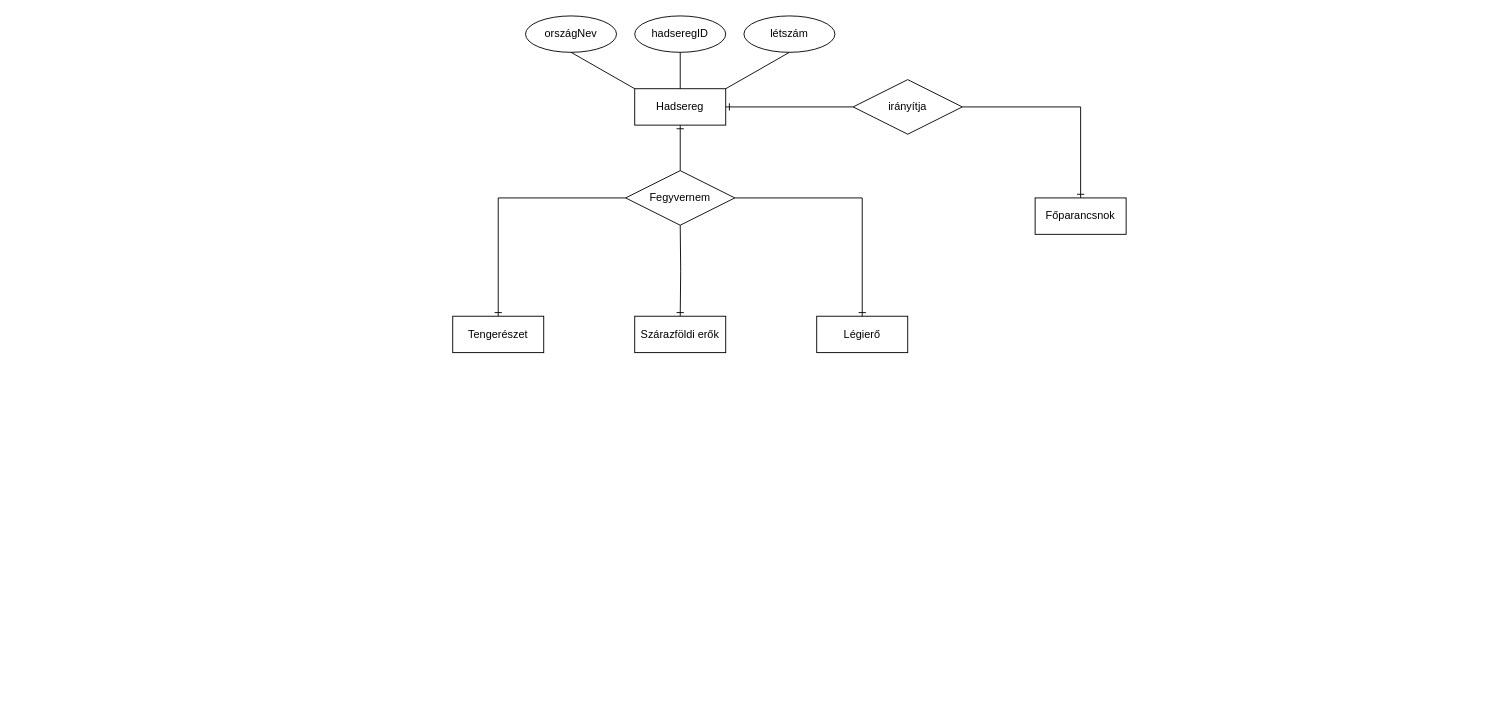
Before: DBSemTaskHEPMIU/ERhepmiu.drawio in urbanoliver/HEPMIU_DB1Gyak, a draw.io diagram. Source tidied: cells renumbered, new cells numbered last; positions are measured from the earlier drawing's top-left corner, leaving out a move shared by most shapes. Both pictures are drawn from the tidied source at 91%, with x=0, y=0 at pixel (452, 15).
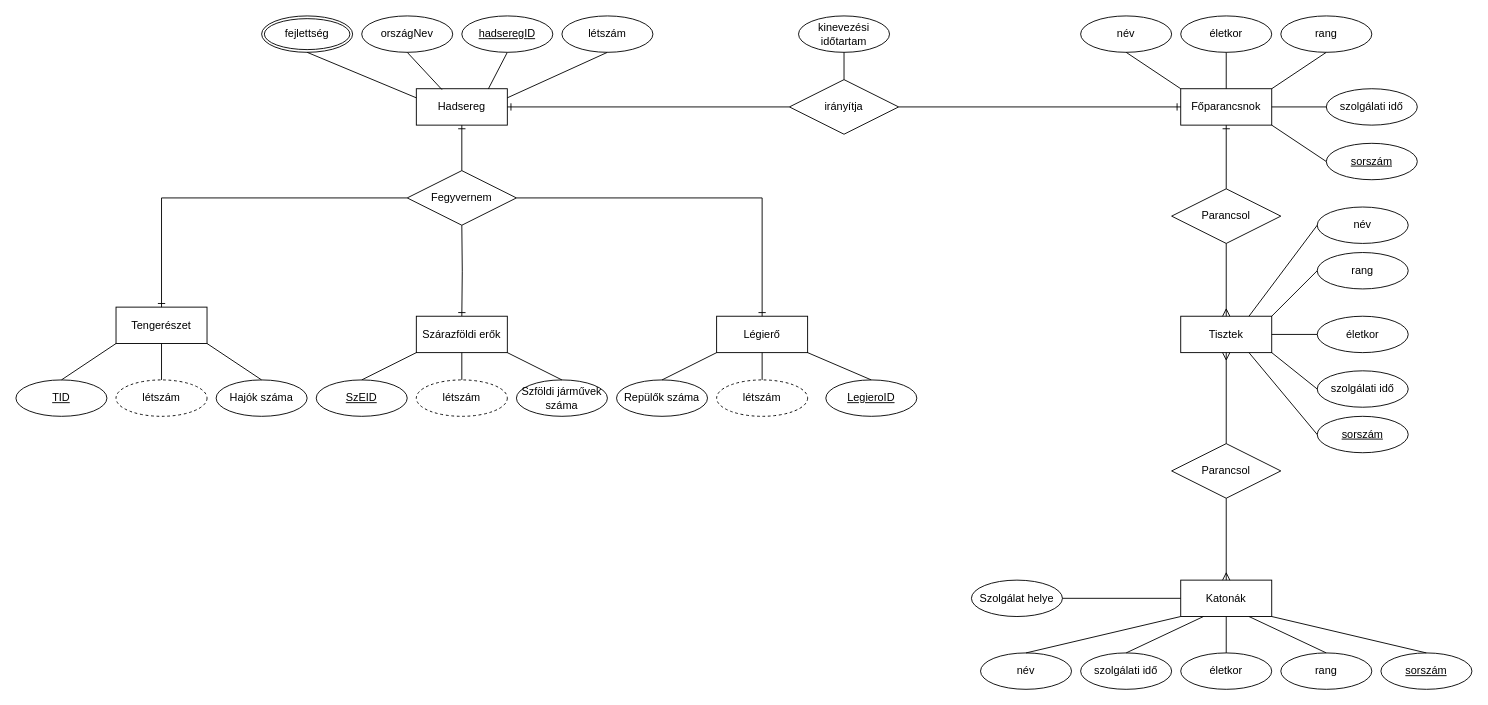
Above is the later version.

The edit, as a diff of the source:
```diff
@@
     <mxCell id="2" value="Hadsereg" style="whiteSpace=wrap;html=1;align=center;" parent="1" vertex="1">
-      <mxGeometry x="200" y="80" width="100" height="40" as="geometry" />
+      <mxGeometry x="-40" y="80" width="100" height="40" as="geometry" />
     </mxCell>
     <mxCell id="3" value="országNev" style="ellipse;whiteSpace=wrap;html=1;align=center;" parent="1" vertex="1">
-      <mxGeometry x="80" width="100" height="40" as="geometry" />
+      <mxGeometry x="-100" width="100" height="40" as="geometry" />
     </mxCell>
-    <mxCell id="4" value="hadseregID" style="ellipse;whiteSpace=wrap;html=1;align=center;" parent="1" vertex="1">
-      <mxGeometry x="200" width="100" height="40" as="geometry" />
-    </mxCell>
     <mxCell id="5" value="létszám" style="ellipse;whiteSpace=wrap;html=1;align=center;" parent="1" vertex="1">
-      <mxGeometry x="320" width="100" height="40" as="geometry" />
+      <mxGeometry x="120" width="100" height="40" as="geometry" />
     </mxCell>
     <mxCell id="6" style="fontSize=12;html=1;endArrow=ERone;endFill=1;rounded=0;entryX=0.5;entryY=0;entryDx=0;entryDy=0;edgeStyle=orthogonalEdgeStyle;" parent="1" edge="1" target="7">
       <mxGeometry relative="1" as="geometry">
-        <mxPoint x="250" y="230" as="sourcePoint" />
+        <mxPoint x="10" y="230" as="sourcePoint" />
       </mxGeometry>
     </mxCell>
     <mxCell id="7" value="Szárazföldi erők" style="whiteSpace=wrap;html=1;align=center;" parent="1" vertex="1">
-      <mxGeometry x="200" y="330" width="100" height="40" as="geometry" />
+      <mxGeometry x="-40" y="330" width="100" height="40" as="geometry" />
     </mxCell>
     <mxCell id="8" value="Légierő" style="whiteSpace=wrap;html=1;align=center;" parent="1" vertex="1">
-      <mxGeometry x="400" y="330" width="100" height="40" as="geometry" />
+      <mxGeometry x="290" y="330" width="100" height="40" as="geometry" />
     </mxCell>
@@
     <mxCell id="10" value="Tengerészet" style="whiteSpace=wrap;html=1;align=center;" parent="1" vertex="1">
-      <mxGeometry y="330" width="100" height="40" as="geometry" />
+      <mxGeometry x="-370" y="320" width="100" height="40" as="geometry" />
     </mxCell>
@@
-    <mxCell id="12" style="endArrow=none;html=1;rounded=0;exitX=0.5;exitY=1;exitDx=0;exitDy=0;entryX=0;entryY=0;entryDx=0;entryDy=0;" parent="1" edge="1" source="3" target="2">
+    <mxCell id="12" style="endArrow=none;html=1;rounded=0;exitX=0.5;exitY=1;exitDx=0;exitDy=0;entryX=0.282;entryY=0.026;entryDx=0;entryDy=0;entryPerimeter=0;" parent="1" edge="1" source="3" target="2">
       <mxGeometry relative="1" as="geometry" />
     </mxCell>
-    <mxCell id="13" style="endArrow=none;html=1;rounded=0;exitX=0.5;exitY=1;exitDx=0;exitDy=0;entryX=0.5;entryY=0;entryDx=0;entryDy=0;" parent="1" edge="1" source="4" target="2">
+    <mxCell id="13" style="endArrow=none;html=1;rounded=0;exitX=0.5;exitY=1;exitDx=0;exitDy=0;entryX=0.792;entryY=0.002;entryDx=0;entryDy=0;entryPerimeter=0;" parent="1" edge="1" source="4" target="2">
       <mxGeometry relative="1" as="geometry" />
     </mxCell>
-    <mxCell id="14" style="endArrow=none;html=1;rounded=0;entryX=0.5;entryY=1;entryDx=0;entryDy=0;exitX=1;exitY=0;exitDx=0;exitDy=0;" parent="1" edge="1" source="2" target="5">
+    <mxCell id="14" style="endArrow=none;html=1;rounded=0;entryX=0.5;entryY=1;entryDx=0;entryDy=0;exitX=1;exitY=0.25;exitDx=0;exitDy=0;" parent="1" edge="1" source="2" target="5">
       <mxGeometry relative="1" as="geometry" />
     </mxCell>
     <mxCell id="15" value="Fegyvernem" style="shape=rhombus;perimeter=rhombusPerimeter;whiteSpace=wrap;html=1;align=center;" parent="1" vertex="1">
-      <mxGeometry x="190" y="170" width="120" height="60" as="geometry" />
+      <mxGeometry x="-50" y="170" width="120" height="60" as="geometry" />
     </mxCell>
@@
     <mxCell id="17" value="Főparancsnok" style="whiteSpace=wrap;html=1;align=center;" parent="1" vertex="1">
-      <mxGeometry x="640" y="200" width="100" height="40" as="geometry" />
+      <mxGeometry x="800" y="80" width="100" height="40" as="geometry" />
     </mxCell>
     <mxCell id="18" value="irányítja" style="shape=rhombus;perimeter=rhombusPerimeter;whiteSpace=wrap;html=1;align=center;" parent="1" vertex="1">
-      <mxGeometry x="440" y="70" width="120" height="60" as="geometry" />
+      <mxGeometry x="370" y="70" width="120" height="60" as="geometry" />
     </mxCell>
@@
-    <mxCell id="20" style="edgeStyle=orthogonalEdgeStyle;fontSize=12;html=1;endArrow=ERone;endFill=1;rounded=0;exitX=1;exitY=0.5;exitDx=0;exitDy=0;entryX=0.5;entryY=0;entryDx=0;entryDy=0;" parent="1" edge="1" source="18" target="17">
+    <mxCell id="20" style="edgeStyle=orthogonalEdgeStyle;fontSize=12;html=1;endArrow=ERone;endFill=1;rounded=0;exitX=1;exitY=0.5;exitDx=0;exitDy=0;entryX=0;entryY=0.5;entryDx=0;entryDy=0;" parent="1" edge="1" source="18" target="17">
       <mxGeometry relative="1" as="geometry" />
     </mxCell>
+    <mxCell id="21" value="kinevezési időtartam" style="ellipse;whiteSpace=wrap;html=1;align=center;" parent="1" vertex="1">
+      <mxGeometry x="380" width="100" height="40" as="geometry" />
+    </mxCell>
+    <mxCell id="4" value="hadseregID" style="ellipse;whiteSpace=wrap;html=1;align=center;fontStyle=4;" parent="1" vertex="1">
+      <mxGeometry x="10" width="100" height="40" as="geometry" />
+    </mxCell>
+    <mxCell id="22" style="endArrow=none;html=1;rounded=0;entryX=0.5;entryY=0;entryDx=0;entryDy=0;exitX=0.5;exitY=1;exitDx=0;exitDy=0;" parent="1" edge="1" source="21" target="18">
+      <mxGeometry relative="1" as="geometry" />
+    </mxCell>
+    <mxCell id="23" value="név" style="ellipse;whiteSpace=wrap;html=1;align=center;" parent="1" vertex="1">
+      <mxGeometry x="690" width="100" height="40" as="geometry" />
+    </mxCell>
+    <mxCell id="24" value="életkor" style="ellipse;whiteSpace=wrap;html=1;align=center;" parent="1" vertex="1">
+      <mxGeometry x="800" width="100" height="40" as="geometry" />
+    </mxCell>
+    <mxCell id="25" value="rang" style="ellipse;whiteSpace=wrap;html=1;align=center;" parent="1" vertex="1">
+      <mxGeometry x="910" width="100" height="40" as="geometry" />
+    </mxCell>
+    <mxCell id="26" style="endArrow=none;html=1;rounded=0;entryX=0.5;entryY=1;entryDx=0;entryDy=0;exitX=0;exitY=0;exitDx=0;exitDy=0;" parent="1" edge="1" source="17" target="23">
+      <mxGeometry relative="1" as="geometry" />
+    </mxCell>
+    <mxCell id="27" style="endArrow=none;html=1;rounded=0;entryX=0.5;entryY=1;entryDx=0;entryDy=0;exitX=0.5;exitY=0;exitDx=0;exitDy=0;" parent="1" edge="1" source="17" target="24">
+      <mxGeometry relative="1" as="geometry" />
+    </mxCell>
+    <mxCell id="28" style="endArrow=none;html=1;rounded=0;entryX=0.5;entryY=1;entryDx=0;entryDy=0;exitX=1;exitY=0;exitDx=0;exitDy=0;" parent="1" edge="1" source="17" target="25">
+      <mxGeometry relative="1" as="geometry" />
+    </mxCell>
+    <mxCell id="29" value="szolgálati idő" style="ellipse;whiteSpace=wrap;html=1;align=center;" parent="1" vertex="1">
+      <mxGeometry x="960" y="80" width="100" height="40" as="geometry" />
+    </mxCell>
+    <mxCell id="30" style="endArrow=none;html=1;rounded=0;entryX=1;entryY=0.5;entryDx=0;entryDy=0;exitX=0;exitY=0.5;exitDx=0;exitDy=0;" parent="1" edge="1" source="29" target="17">
+      <mxGeometry relative="1" as="geometry" />
+    </mxCell>
+    <mxCell id="31" value="Parancsol" style="shape=rhombus;perimeter=rhombusPerimeter;whiteSpace=wrap;html=1;align=center;" parent="1" vertex="1">
+      <mxGeometry x="790" y="190" width="120" height="60" as="geometry" />
+    </mxCell>
+    <mxCell id="32" value="Tisztek" style="whiteSpace=wrap;html=1;align=center;" parent="1" vertex="1">
+      <mxGeometry x="800" y="330" width="100" height="40" as="geometry" />
+    </mxCell>
+    <mxCell id="33" style="edgeStyle=orthogonalEdgeStyle;fontSize=12;html=1;endArrow=ERmany;rounded=0;exitX=0.5;exitY=1;exitDx=0;exitDy=0;entryX=0.5;entryY=0;entryDx=0;entryDy=0;" parent="1" edge="1" source="31" target="32">
+      <mxGeometry relative="1" as="geometry" />
+    </mxCell>
+    <mxCell id="34" style="edgeStyle=orthogonalEdgeStyle;fontSize=12;html=1;endArrow=ERone;endFill=1;rounded=0;exitX=0.5;exitY=0;exitDx=0;exitDy=0;entryX=0.5;entryY=1;entryDx=0;entryDy=0;" parent="1" edge="1" source="31" target="17">
+      <mxGeometry relative="1" as="geometry" />
+    </mxCell>
+    <mxCell id="35" value="szolgálati idő" style="ellipse;whiteSpace=wrap;html=1;align=center;" parent="1" vertex="1">
+      <mxGeometry x="950" y="390" width="100" height="40" as="geometry" />
+    </mxCell>
+    <mxCell id="36" value="életkor" style="ellipse;whiteSpace=wrap;html=1;align=center;" parent="1" vertex="1">
+      <mxGeometry x="950" y="330" width="100" height="40" as="geometry" />
+    </mxCell>
+    <mxCell id="37" value="rang" style="ellipse;whiteSpace=wrap;html=1;align=center;" parent="1" vertex="1">
+      <mxGeometry x="950" y="260" width="100" height="40" as="geometry" />
+    </mxCell>
+    <mxCell id="38" value="név" style="ellipse;whiteSpace=wrap;html=1;align=center;" parent="1" vertex="1">
+      <mxGeometry x="950" y="210" width="100" height="40" as="geometry" />
+    </mxCell>
+    <mxCell id="39" style="endArrow=none;html=1;rounded=0;entryX=0;entryY=0.5;entryDx=0;entryDy=0;exitX=0.75;exitY=0;exitDx=0;exitDy=0;" parent="1" edge="1" source="32" target="38">
+      <mxGeometry relative="1" as="geometry" />
+    </mxCell>
+    <mxCell id="40" style="endArrow=none;html=1;rounded=0;entryX=0;entryY=0.5;entryDx=0;entryDy=0;exitX=1;exitY=0;exitDx=0;exitDy=0;" parent="1" edge="1" source="32" target="37">
+      <mxGeometry relative="1" as="geometry" />
+    </mxCell>
+    <mxCell id="41" style="endArrow=none;html=1;rounded=0;entryX=0;entryY=0.5;entryDx=0;entryDy=0;exitX=1;exitY=0.5;exitDx=0;exitDy=0;" parent="1" edge="1" source="32" target="36">
+      <mxGeometry relative="1" as="geometry" />
+    </mxCell>
+    <mxCell id="42" style="endArrow=none;html=1;rounded=0;entryX=0;entryY=0.5;entryDx=0;entryDy=0;exitX=1;exitY=1;exitDx=0;exitDy=0;" parent="1" edge="1" source="32" target="35">
+      <mxGeometry relative="1" as="geometry" />
+    </mxCell>
+    <mxCell id="43" value="Parancsol" style="shape=rhombus;perimeter=rhombusPerimeter;whiteSpace=wrap;html=1;align=center;" parent="1" vertex="1">
+      <mxGeometry x="790" y="470" width="120" height="60" as="geometry" />
+    </mxCell>
+    <mxCell id="44" style="edgeStyle=orthogonalEdgeStyle;fontSize=12;html=1;endArrow=ERmany;rounded=0;exitX=0.5;exitY=0;exitDx=0;exitDy=0;entryX=0.5;entryY=1;entryDx=0;entryDy=0;" parent="1" edge="1" source="43" target="32">
+      <mxGeometry relative="1" as="geometry" />
+    </mxCell>
+    <mxCell id="45" value="Katonák" style="whiteSpace=wrap;html=1;align=center;" parent="1" vertex="1">
+      <mxGeometry x="800" y="620" width="100" height="40" as="geometry" />
+    </mxCell>
+    <mxCell id="46" style="edgeStyle=orthogonalEdgeStyle;fontSize=12;html=1;endArrow=ERmany;rounded=0;exitX=0.5;exitY=1;exitDx=0;exitDy=0;entryX=0.5;entryY=0;entryDx=0;entryDy=0;" parent="1" edge="1" source="43" target="45">
+      <mxGeometry relative="1" as="geometry" />
+    </mxCell>
+    <mxCell id="47" value="szolgálati idő" style="ellipse;whiteSpace=wrap;html=1;align=center;" parent="1" vertex="1">
+      <mxGeometry x="690" y="700" width="100" height="40" as="geometry" />
+    </mxCell>
+    <mxCell id="48" value="életkor" style="ellipse;whiteSpace=wrap;html=1;align=center;" parent="1" vertex="1">
+      <mxGeometry x="800" y="700" width="100" height="40" as="geometry" />
+    </mxCell>
+    <mxCell id="49" value="rang" style="ellipse;whiteSpace=wrap;html=1;align=center;" parent="1" vertex="1">
+      <mxGeometry x="910" y="700" width="100" height="40" as="geometry" />
+    </mxCell>
+    <mxCell id="50" value="név" style="ellipse;whiteSpace=wrap;html=1;align=center;" parent="1" vertex="1">
+      <mxGeometry x="580" y="700" width="100" height="40" as="geometry" />
+    </mxCell>
+    <mxCell id="51" style="endArrow=none;html=1;rounded=0;entryX=0;entryY=1;entryDx=0;entryDy=0;exitX=0.5;exitY=0;exitDx=0;exitDy=0;" parent="1" edge="1" source="50" target="45">
+      <mxGeometry relative="1" as="geometry" />
+    </mxCell>
+    <mxCell id="52" style="endArrow=none;html=1;rounded=0;entryX=0.25;entryY=1;entryDx=0;entryDy=0;exitX=0.5;exitY=0;exitDx=0;exitDy=0;" parent="1" edge="1" source="47" target="45">
+      <mxGeometry relative="1" as="geometry" />
+    </mxCell>
+    <mxCell id="53" style="endArrow=none;html=1;rounded=0;entryX=0.5;entryY=1;entryDx=0;entryDy=0;exitX=0.5;exitY=0;exitDx=0;exitDy=0;" parent="1" edge="1" source="48" target="45">
+      <mxGeometry relative="1" as="geometry" />
+    </mxCell>
+    <mxCell id="54" style="endArrow=none;html=1;rounded=0;entryX=0.75;entryY=1;entryDx=0;entryDy=0;exitX=0.5;exitY=0;exitDx=0;exitDy=0;" parent="1" edge="1" source="49" target="45">
+      <mxGeometry relative="1" as="geometry" />
+    </mxCell>
+    <mxCell id="55" value="sorszám" style="ellipse;whiteSpace=wrap;html=1;align=center;fontStyle=4;" parent="1" vertex="1">
+      <mxGeometry x="1020" y="700" width="100" height="40" as="geometry" />
+    </mxCell>
+    <mxCell id="56" value="sorszám" style="ellipse;whiteSpace=wrap;html=1;align=center;fontStyle=4;" parent="1" vertex="1">
+      <mxGeometry x="950" y="440" width="100" height="40" as="geometry" />
+    </mxCell>
+    <mxCell id="57" value="sorszám" style="ellipse;whiteSpace=wrap;html=1;align=center;fontStyle=4;" parent="1" vertex="1">
+      <mxGeometry x="960" y="140" width="100" height="40" as="geometry" />
+    </mxCell>
+    <mxCell id="58" style="endArrow=none;html=1;rounded=0;entryX=1;entryY=1;entryDx=0;entryDy=0;exitX=0;exitY=0.5;exitDx=0;exitDy=0;" parent="1" edge="1" source="57" target="17">
+      <mxGeometry relative="1" as="geometry" />
+    </mxCell>
+    <mxCell id="59" style="endArrow=none;html=1;rounded=0;entryX=0;entryY=0.5;entryDx=0;entryDy=0;exitX=0.75;exitY=1;exitDx=0;exitDy=0;" parent="1" edge="1" source="32" target="56">
+      <mxGeometry relative="1" as="geometry" />
+    </mxCell>
+    <mxCell id="60" style="endArrow=none;html=1;rounded=0;entryX=1;entryY=1;entryDx=0;entryDy=0;exitX=0.5;exitY=0;exitDx=0;exitDy=0;" parent="1" edge="1" source="55" target="45">
+      <mxGeometry relative="1" as="geometry" />
+    </mxCell>
+    <mxCell id="61" value="SzEID" style="ellipse;whiteSpace=wrap;html=1;align=center;fontStyle=4;" parent="1" vertex="1">
+      <mxGeometry x="-150" y="400" width="100" height="40" as="geometry" />
+    </mxCell>
+    <mxCell id="62" value="LegieroID" style="ellipse;whiteSpace=wrap;html=1;align=center;fontStyle=4;" parent="1" vertex="1">
+      <mxGeometry x="410" y="400" width="100" height="40" as="geometry" />
+    </mxCell>
+    <mxCell id="63" value="TID" style="ellipse;whiteSpace=wrap;html=1;align=center;fontStyle=4;" parent="1" vertex="1">
+      <mxGeometry x="-480" y="400" width="100" height="40" as="geometry" />
+    </mxCell>
+    <mxCell id="64" value="létszám" style="ellipse;whiteSpace=wrap;html=1;align=center;dashed=1;" parent="1" vertex="1">
+      <mxGeometry x="-370" y="400" width="100" height="40" as="geometry" />
+    </mxCell>
+    <mxCell id="65" value="létszám" style="ellipse;whiteSpace=wrap;html=1;align=center;dashed=1;" parent="1" vertex="1">
+      <mxGeometry x="-40" y="400" width="100" height="40" as="geometry" />
+    </mxCell>
+    <mxCell id="66" value="létszám" style="ellipse;whiteSpace=wrap;html=1;align=center;dashed=1;" parent="1" vertex="1">
+      <mxGeometry x="290" y="400" width="100" height="40" as="geometry" />
+    </mxCell>
+    <mxCell id="67" value="Szolgálat helye" style="ellipse;whiteSpace=wrap;html=1;align=center;" parent="1" vertex="1">
+      <mxGeometry x="570" y="620" width="100" height="40" as="geometry" />
+    </mxCell>
+    <mxCell id="68" style="endArrow=none;html=1;rounded=0;entryX=0;entryY=0.5;entryDx=0;entryDy=0;exitX=1;exitY=0.5;exitDx=0;exitDy=0;" parent="1" edge="1" source="67" target="45">
+      <mxGeometry relative="1" as="geometry" />
+    </mxCell>
+    <mxCell id="69" value="fejlettség" style="ellipse;shape=doubleEllipse;margin=3;whiteSpace=wrap;html=1;align=center;" parent="1" vertex="1">
+      <mxGeometry x="-210" width="100" height="40" as="geometry" />
+    </mxCell>
+    <mxCell id="70" style="endArrow=none;html=1;rounded=0;exitX=0.5;exitY=1;exitDx=0;exitDy=0;entryX=0;entryY=0.25;entryDx=0;entryDy=0;" parent="1" edge="1" source="69" target="2">
+      <mxGeometry relative="1" as="geometry" />
+    </mxCell>
+    <mxCell id="71" value="Repülők száma" style="ellipse;whiteSpace=wrap;html=1;align=center;" parent="1" vertex="1">
+      <mxGeometry x="180" y="400" width="100" height="40" as="geometry" />
+    </mxCell>
+    <mxCell id="72" value="Szföldi járművek száma" style="ellipse;whiteSpace=wrap;html=1;align=center;" parent="1" vertex="1">
+      <mxGeometry x="70" y="400" width="100" height="40" as="geometry" />
+    </mxCell>
+    <mxCell id="73" value="Hajók száma" style="ellipse;whiteSpace=wrap;html=1;align=center;" parent="1" vertex="1">
+      <mxGeometry x="-260" y="400" width="100" height="40" as="geometry" />
+    </mxCell>
+    <mxCell id="74" style="endArrow=none;html=1;rounded=0;exitX=0.5;exitY=0;exitDx=0;exitDy=0;entryX=0;entryY=1;entryDx=0;entryDy=0;" parent="1" edge="1" source="63" target="10">
+      <mxGeometry relative="1" as="geometry" />
+    </mxCell>
+    <mxCell id="75" style="endArrow=none;html=1;rounded=0;exitX=0.5;exitY=1;exitDx=0;exitDy=0;entryX=0.5;entryY=0;entryDx=0;entryDy=0;" parent="1" edge="1" source="10" target="64">
+      <mxGeometry relative="1" as="geometry" />
+    </mxCell>
+    <mxCell id="76" style="endArrow=none;html=1;rounded=0;exitX=1;exitY=1;exitDx=0;exitDy=0;entryX=0.5;entryY=0;entryDx=0;entryDy=0;" parent="1" edge="1" source="10" target="73">
+      <mxGeometry relative="1" as="geometry" />
+    </mxCell>
+    <mxCell id="77" style="endArrow=none;html=1;rounded=0;entryX=0;entryY=1;entryDx=0;entryDy=0;exitX=0.5;exitY=0;exitDx=0;exitDy=0;" parent="1" edge="1" source="61" target="7">
+      <mxGeometry relative="1" as="geometry" />
+    </mxCell>
+    <mxCell id="78" style="endArrow=none;html=1;rounded=0;entryX=0.5;entryY=1;entryDx=0;entryDy=0;exitX=0.5;exitY=0;exitDx=0;exitDy=0;" parent="1" edge="1" source="65" target="7">
+      <mxGeometry relative="1" as="geometry" />
+    </mxCell>
+    <mxCell id="79" style="endArrow=none;html=1;rounded=0;exitX=1;exitY=1;exitDx=0;exitDy=0;entryX=0.5;entryY=0;entryDx=0;entryDy=0;" parent="1" edge="1" source="7" target="72">
+      <mxGeometry relative="1" as="geometry" />
+    </mxCell>
+    <mxCell id="80" style="endArrow=none;html=1;rounded=0;exitX=0;exitY=1;exitDx=0;exitDy=0;entryX=0.5;entryY=0;entryDx=0;entryDy=0;" parent="1" edge="1" source="8" target="71">
+      <mxGeometry relative="1" as="geometry" />
+    </mxCell>
+    <mxCell id="81" style="endArrow=none;html=1;rounded=0;exitX=0.5;exitY=1;exitDx=0;exitDy=0;entryX=0.5;entryY=0;entryDx=0;entryDy=0;" parent="1" edge="1" source="8" target="66">
+      <mxGeometry relative="1" as="geometry" />
+    </mxCell>
+    <mxCell id="82" style="endArrow=none;html=1;rounded=0;exitX=1;exitY=1;exitDx=0;exitDy=0;entryX=0.5;entryY=0;entryDx=0;entryDy=0;" parent="1" edge="1" source="8" target="62">
+      <mxGeometry relative="1" as="geometry" />
+    </mxCell>
```
